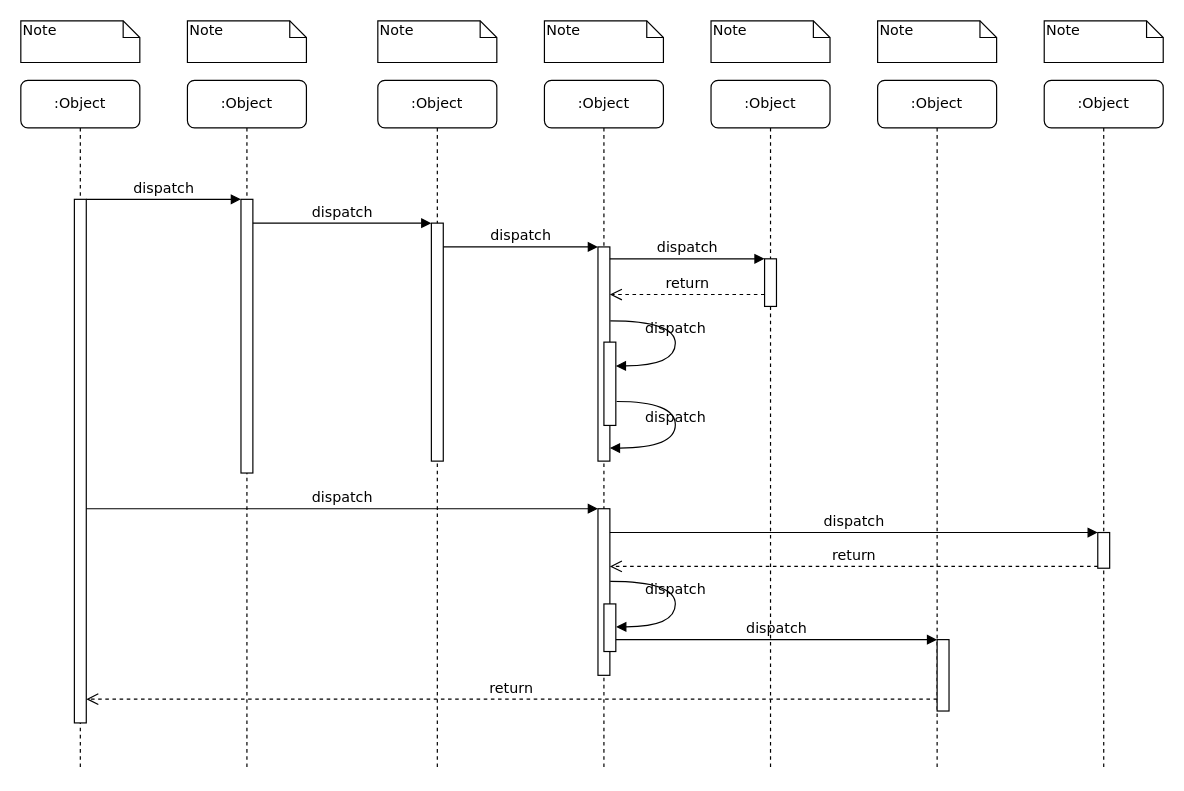
This is Untitled Diagram.drawio from xiongying1994/xiongying1994, a draw.io file, before an edit. Source tidied: cells renumbered, new cells numbered last; positions are measured from the earlier drawing's top-left corner, leaving out a move shared by most shapes. Both pictures are drawn from the tidied source at 119%, with x=0, y=0 at pixel (20, 20).
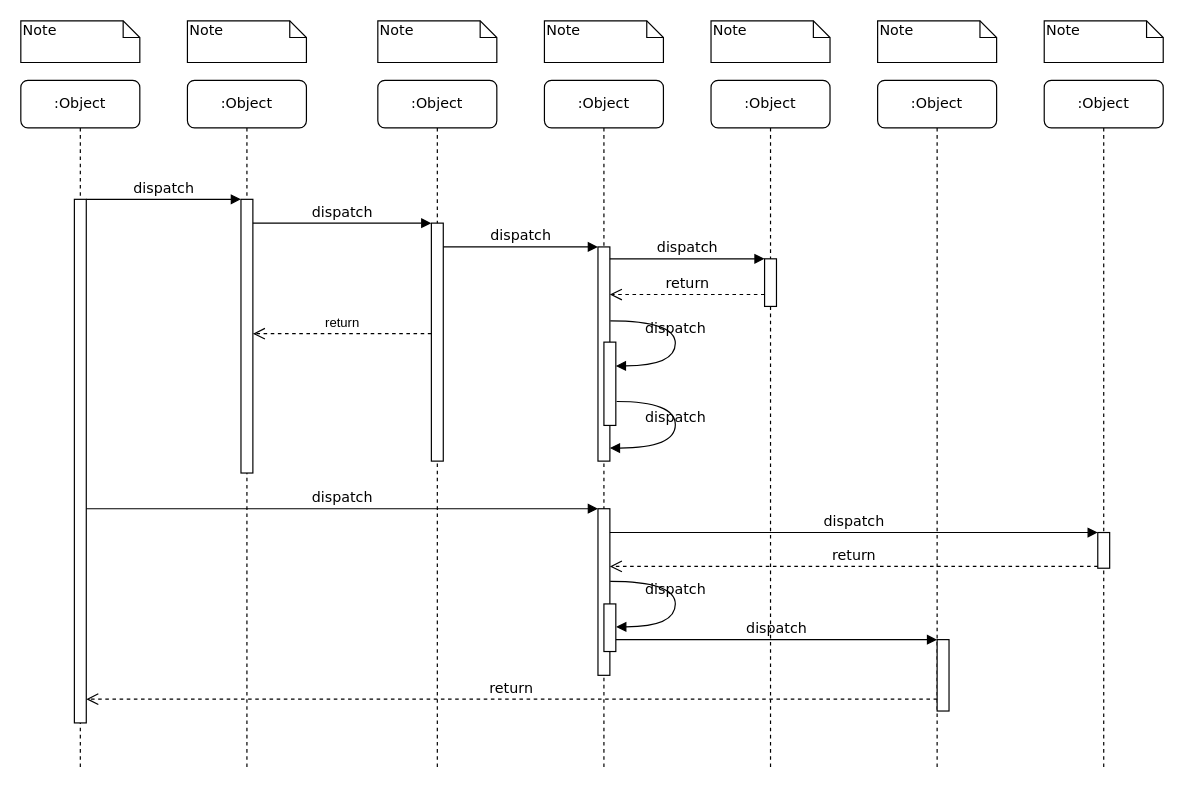
Above is the later version.

The change refers to these unchanged cells:
```xml
<mxCell id="3" style="html=1;points=[];perimeter=orthogonalPerimeter;rounded=0;shadow=0;comic=0;labelBackgroundColor=none;strokeWidth=1;fontFamily=Verdana;fontSize=12;align=center;" parent="2" vertex="1">
  <mxGeometry x="45" y="100" width="10" height="230" as="geometry" />
</mxCell>
<mxCell id="5" style="html=1;points=[];perimeter=orthogonalPerimeter;rounded=0;shadow=0;comic=0;labelBackgroundColor=none;strokeWidth=1;fontFamily=Verdana;fontSize=12;align=center;" parent="4" vertex="1">
  <mxGeometry x="45" y="120" width="10" height="200" as="geometry" />
</mxCell>
```

Change to the diagram source:
```diff
@@
+    <mxCell id="39" value="return" style="html=1;verticalAlign=bottom;endArrow=open;dashed=1;endSize=8;rounded=0;entryX=1;entryY=0.491;entryDx=0;entryDy=0;entryPerimeter=0;" parent="1" edge="1" source="5" target="3">
+      <mxGeometry relative="1" as="geometry" />
+    </mxCell>
```
